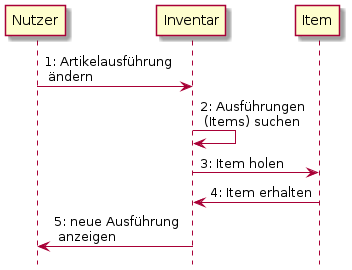
This is src/main/asciidoc/images/sequence_usecases/sequence_uc220.png from shinyonogi/SWT, a PlantUML export, as it was before one commit. Its diagram source:
```plantuml
@startuml
hide footbox

Nutzer -> Inventar: 1: Artikelausführung \n ändern
Inventar -> Inventar: 2: Ausführungen \n (Items) suchen
Inventar -> Item: 3: Item holen
Inventar <- Item: 4: Item erhalten
Nutzer <- Inventar: 5: neue Ausführung \n anzeigen

@enduml
```
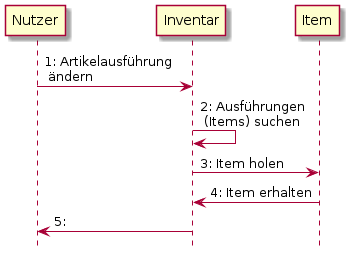
After the change.

Commit message:
minor fixes in sequence diagramms for usecases #22

The edit, as a diff of the source:
```diff
@@ -5,6 +5,6 @@
 Inventar -> Inventar: 2: Ausführungen \n (Items) suchen
 Inventar -> Item: 3: Item holen
 Inventar <- Item: 4: Item erhalten
-Nutzer <- Inventar: 5: neue Ausführung \n anzeigen
+Nutzer <- Inventar: 5:
 
 @enduml
```
